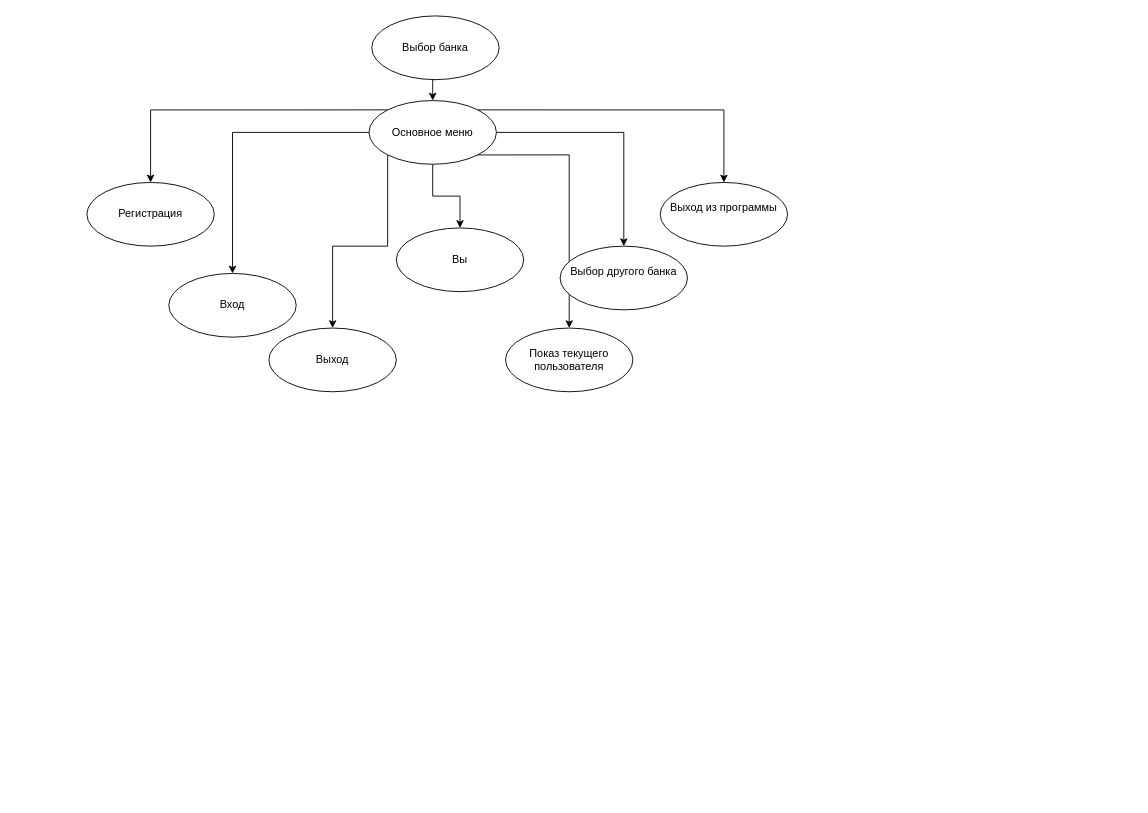
Earlier version of the draw.io diagram UseCaseDiagram.drawio (AlHudnitskii/LR_OOP_1). Source tidied: cells renumbered, new cells numbered last; positions are measured from the earlier drawing's top-left corner, leaving out a move shared by most shapes. Both pictures are drawn from the tidied source at 91%, with x=0, y=0 at pixel (86, 15).
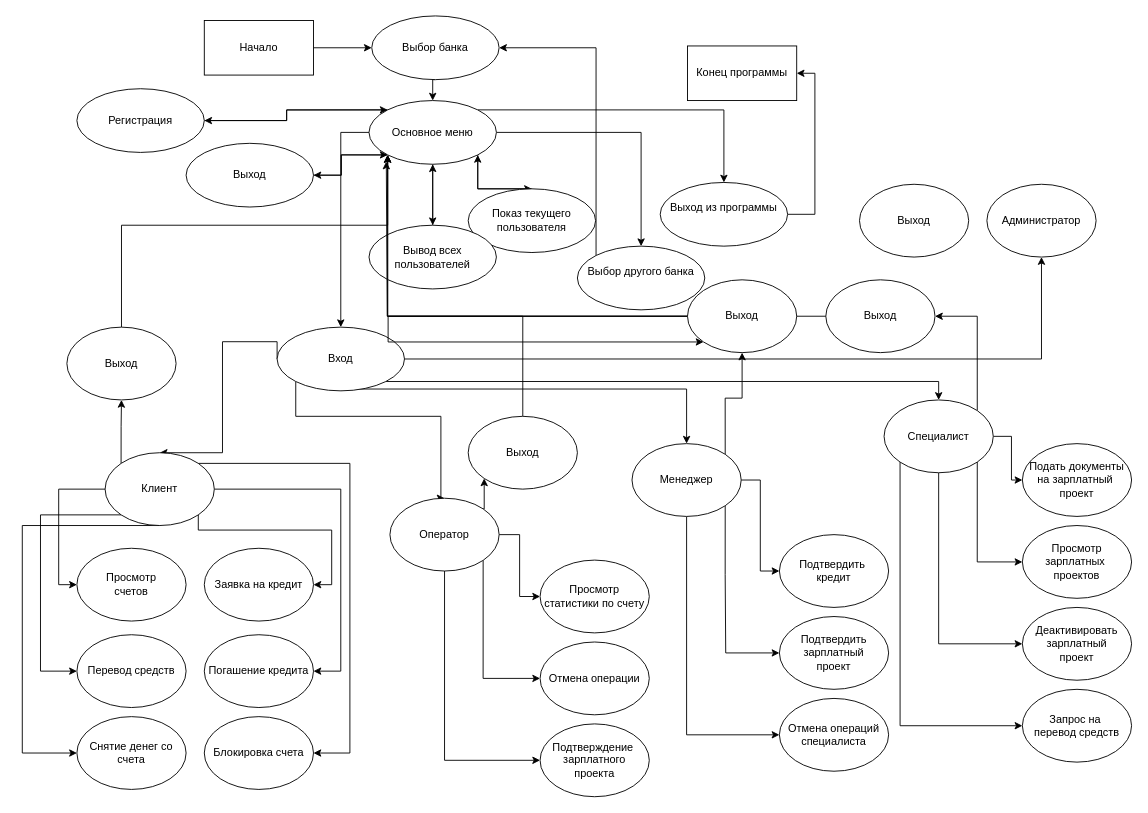
The same page after the edit.

The change refers to these unchanged cells:
```xml
<mxCell id="9" value="&lt;div&gt;Основное меню&lt;/div&gt;" style="ellipse;whiteSpace=wrap;html=1;" parent="1" vertex="1">
  <mxGeometry x="310" y="93" width="140" height="70" as="geometry" />
</mxCell>
<mxCell id="10" value="Выход из программы&lt;div&gt;&lt;br&gt;&lt;/div&gt;" style="ellipse;whiteSpace=wrap;html=1;" parent="1" vertex="1">
  <mxGeometry x="630" y="183" width="140" height="70" as="geometry" />
</mxCell>
<mxCell id="18" value="Выбор банка" style="ellipse;whiteSpace=wrap;html=1;" parent="1" vertex="1">
  <mxGeometry x="313" width="140" height="70" as="geometry" />
</mxCell>
```

What changed in the source:
```diff
@@
-    <mxCell id="2" style="edgeStyle=orthogonalEdgeStyle;rounded=0;jettySize=auto;html=1;exitX=0;exitY=0;exitDx=0;exitDy=0;entryX=0.5;entryY=0;entryDx=0;entryDy=0;" parent="1" edge="1" source="9" target="12">
-      <mxGeometry relative="1" as="geometry" />
-    </mxCell>
@@
-    <mxCell id="6" style="edgeStyle=orthogonalEdgeStyle;rounded=0;jettySize=auto;html=1;exitX=0;exitY=1;exitDx=0;exitDy=0;entryX=0.5;entryY=0;entryDx=0;entryDy=0;" parent="1" edge="1" source="9" target="14">
-      <mxGeometry relative="1" as="geometry" />
-    </mxCell>
     <mxCell id="7" style="edgeStyle=orthogonalEdgeStyle;rounded=0;jettySize=auto;html=1;exitX=1;exitY=1;exitDx=0;exitDy=0;entryX=0.5;entryY=0;entryDx=0;entryDy=0;" parent="1" edge="1" source="9" target="15">
-      <mxGeometry relative="1" as="geometry" />
+      <mxGeometry relative="1" as="geometry">
+        <Array as="points">
+          <mxPoint x="430" y="190" />
+        </Array>
+      </mxGeometry>
     </mxCell>
@@
+    <mxCell id="2" style="edgeStyle=orthogonalEdgeStyle;rounded=0;jettySize=auto;html=1;exitX=0;exitY=0;exitDx=0;exitDy=0;entryX=1;entryY=0.5;entryDx=0;entryDy=0;" parent="1" edge="1" source="9" target="12">
+      <mxGeometry relative="1" as="geometry" />
+    </mxCell>
+    <mxCell id="6" style="edgeStyle=orthogonalEdgeStyle;rounded=0;jettySize=auto;html=1;exitX=0;exitY=1;exitDx=0;exitDy=0;entryX=1;entryY=0.5;entryDx=0;entryDy=0;" parent="1" edge="1" source="9" target="14">
+      <mxGeometry relative="1" as="geometry" />
+    </mxCell>
@@
+    <mxCell id="19" style="edgeStyle=orthogonalEdgeStyle;rounded=0;jettySize=auto;html=1;exitX=1;exitY=0.5;exitDx=0;exitDy=0;entryX=1;entryY=0.5;entryDx=0;entryDy=0;" parent="1" edge="1" source="10" target="33">
+      <mxGeometry relative="1" as="geometry" />
+    </mxCell>
@@
+    <mxCell id="20" style="edgeStyle=orthogonalEdgeStyle;rounded=0;jettySize=auto;html=1;exitX=0;exitY=0;exitDx=0;exitDy=0;entryX=1;entryY=0.5;entryDx=0;entryDy=0;" parent="1" edge="1" source="11" target="18">
+      <mxGeometry relative="1" as="geometry">
+        <Array as="points">
+          <mxPoint x="560" y="35" />
+        </Array>
+      </mxGeometry>
+    </mxCell>
     <mxCell id="11" value="Выбор другого банка&lt;div&gt;&amp;nbsp;&lt;/div&gt;" style="ellipse;whiteSpace=wrap;html=1;" parent="1" vertex="1">
-      <mxGeometry x="520" y="253" width="140" height="70" as="geometry" />
+      <mxGeometry x="539" y="253" width="140" height="70" as="geometry" />
     </mxCell>
+    <mxCell id="21" style="edgeStyle=orthogonalEdgeStyle;rounded=0;jettySize=auto;html=1;exitX=1;exitY=0.5;exitDx=0;exitDy=0;entryX=0;entryY=0;entryDx=0;entryDy=0;" parent="1" edge="1" source="12" target="9">
+      <mxGeometry relative="1" as="geometry" />
+    </mxCell>
     <mxCell id="12" value="Регистрация" style="ellipse;whiteSpace=wrap;html=1;" parent="1" vertex="1">
-      <mxGeometry y="183" width="140" height="70" as="geometry" />
+      <mxGeometry x="-11" y="80" width="140" height="70" as="geometry" />
     </mxCell>
+    <mxCell id="22" style="edgeStyle=orthogonalEdgeStyle;rounded=0;jettySize=auto;html=1;exitX=0;exitY=0.5;exitDx=0;exitDy=0;entryX=0.5;entryY=0;entryDx=0;entryDy=0;" parent="1" edge="1" source="13" target="41">
+      <mxGeometry relative="1" as="geometry">
+        <Array as="points">
+          <mxPoint x="149" y="358" />
+          <mxPoint x="149" y="480" />
+        </Array>
+      </mxGeometry>
+    </mxCell>
+    <mxCell id="23" style="edgeStyle=orthogonalEdgeStyle;rounded=0;jettySize=auto;html=1;exitX=0;exitY=1;exitDx=0;exitDy=0;entryX=0.5;entryY=0;entryDx=0;entryDy=0;" parent="1" edge="1" source="13" target="46">
+      <mxGeometry relative="1" as="geometry">
+        <Array as="points">
+          <mxPoint x="230" y="440" />
+          <mxPoint x="389" y="440" />
+          <mxPoint x="389" y="530" />
+        </Array>
+      </mxGeometry>
+    </mxCell>
+    <mxCell id="24" style="edgeStyle=orthogonalEdgeStyle;rounded=0;jettySize=auto;html=1;exitX=0.5;exitY=1;exitDx=0;exitDy=0;entryX=0.5;entryY=0;entryDx=0;entryDy=0;" parent="1" edge="1" source="13" target="51">
+      <mxGeometry relative="1" as="geometry">
+        <Array as="points">
+          <mxPoint x="269" y="410" />
+          <mxPoint x="779" y="410" />
+        </Array>
+      </mxGeometry>
+    </mxCell>
+    <mxCell id="25" style="edgeStyle=orthogonalEdgeStyle;rounded=0;jettySize=auto;html=1;exitX=1;exitY=1;exitDx=0;exitDy=0;entryX=0.5;entryY=0;entryDx=0;entryDy=0;" parent="1" edge="1" source="13" target="57">
+      <mxGeometry relative="1" as="geometry" />
+    </mxCell>
+    <mxCell id="26" style="edgeStyle=orthogonalEdgeStyle;rounded=0;jettySize=auto;html=1;exitX=1;exitY=0.5;exitDx=0;exitDy=0;entryX=0.5;entryY=1;entryDx=0;entryDy=0;" parent="1" edge="1" source="13" target="58">
+      <mxGeometry relative="1" as="geometry" />
+    </mxCell>
     <mxCell id="13" value="Вход" style="ellipse;whiteSpace=wrap;html=1;" parent="1" vertex="1">
-      <mxGeometry x="90" y="283" width="140" height="70" as="geometry" />
+      <mxGeometry x="209" y="342" width="140" height="70" as="geometry" />
     </mxCell>
+    <mxCell id="27" style="edgeStyle=orthogonalEdgeStyle;rounded=0;jettySize=auto;html=1;exitX=1;exitY=0.5;exitDx=0;exitDy=0;entryX=0;entryY=1;entryDx=0;entryDy=0;" parent="1" edge="1" source="14" target="9">
+      <mxGeometry relative="1" as="geometry" />
+    </mxCell>
     <mxCell id="14" value="Выход" style="ellipse;whiteSpace=wrap;html=1;" parent="1" vertex="1">
-      <mxGeometry x="200" y="343" width="140" height="70" as="geometry" />
+      <mxGeometry x="109" y="140" width="140" height="70" as="geometry" />
     </mxCell>
+    <mxCell id="28" style="edgeStyle=orthogonalEdgeStyle;rounded=0;jettySize=auto;html=1;exitX=0.5;exitY=0;exitDx=0;exitDy=0;entryX=1;entryY=1;entryDx=0;entryDy=0;" parent="1" edge="1" source="15" target="9">
+      <mxGeometry relative="1" as="geometry">
+        <Array as="points">
+          <mxPoint x="430" y="190" />
+        </Array>
+      </mxGeometry>
+    </mxCell>
     <mxCell id="15" value="Показ текущего пользователя" style="ellipse;whiteSpace=wrap;html=1;" parent="1" vertex="1">
-      <mxGeometry x="460" y="343" width="140" height="70" as="geometry" />
+      <mxGeometry x="419" y="190" width="140" height="70" as="geometry" />
     </mxCell>
+    <mxCell id="29" style="edgeStyle=orthogonalEdgeStyle;rounded=0;jettySize=auto;html=1;exitX=0.5;exitY=0;exitDx=0;exitDy=0;entryX=0.5;entryY=1;entryDx=0;entryDy=0;" parent="1" edge="1" source="16" target="9">
+      <mxGeometry relative="1" as="geometry" />
+    </mxCell>
-    <mxCell id="16" value="Вы" style="ellipse;whiteSpace=wrap;html=1;" parent="1" vertex="1">
-      <mxGeometry x="340" y="233" width="140" height="70" as="geometry" />
+    <mxCell id="16" value="Вывод всех пользователей" style="ellipse;whiteSpace=wrap;html=1;" parent="1" vertex="1">
+      <mxGeometry x="310" y="230" width="140" height="70" as="geometry" />
     </mxCell>
@@
+    <mxCell id="30" style="edgeStyle=orthogonalEdgeStyle;rounded=0;orthogonalLoop=1;jettySize=auto;html=1;exitX=0.5;exitY=1;exitDx=0;exitDy=0;" parent="1" edge="1" source="16" target="16">
+      <mxGeometry relative="1" as="geometry" />
+    </mxCell>
+    <mxCell id="31" style="edgeStyle=orthogonalEdgeStyle;rounded=0;jettySize=auto;html=1;exitX=1;exitY=0.5;exitDx=0;exitDy=0;entryX=0;entryY=0.5;entryDx=0;entryDy=0;" parent="1" edge="1" source="32" target="18">
+      <mxGeometry relative="1" as="geometry" />
+    </mxCell>
+    <mxCell id="32" value="Начало" style="rounded=0;whiteSpace=wrap;html=1;" parent="1" vertex="1">
+      <mxGeometry x="129" y="5" width="120" height="60" as="geometry" />
+    </mxCell>
+    <mxCell id="33" value="Конец программы" style="rounded=0;whiteSpace=wrap;html=1;" parent="1" vertex="1">
+      <mxGeometry x="660" y="33" width="120" height="60" as="geometry" />
+    </mxCell>
+    <mxCell id="34" style="edgeStyle=orthogonalEdgeStyle;rounded=0;jettySize=auto;html=1;exitX=0;exitY=0;exitDx=0;exitDy=0;entryX=0.5;entryY=1;entryDx=0;entryDy=0;" parent="1" edge="1" source="41" target="66">
+      <mxGeometry relative="1" as="geometry" />
+    </mxCell>
+    <mxCell id="35" style="edgeStyle=orthogonalEdgeStyle;rounded=0;jettySize=auto;html=1;exitX=0;exitY=0.5;exitDx=0;exitDy=0;entryX=0;entryY=0.5;entryDx=0;entryDy=0;" parent="1" edge="1" source="41" target="59">
+      <mxGeometry relative="1" as="geometry" />
+    </mxCell>
+    <mxCell id="36" style="edgeStyle=orthogonalEdgeStyle;rounded=0;jettySize=auto;html=1;exitX=0;exitY=1;exitDx=0;exitDy=0;entryX=0;entryY=0.5;entryDx=0;entryDy=0;" parent="1" edge="1" source="41" target="60">
+      <mxGeometry relative="1" as="geometry">
+        <Array as="points">
+          <mxPoint x="-51" y="548" />
+          <mxPoint x="-51" y="720" />
+        </Array>
+      </mxGeometry>
+    </mxCell>
+    <mxCell id="37" style="edgeStyle=orthogonalEdgeStyle;rounded=0;jettySize=auto;html=1;exitX=0.5;exitY=1;exitDx=0;exitDy=0;entryX=0;entryY=0.5;entryDx=0;entryDy=0;" parent="1" edge="1" source="41" target="63">
+      <mxGeometry relative="1" as="geometry">
+        <Array as="points">
+          <mxPoint x="-71" y="560" />
+          <mxPoint x="-71" y="810" />
+        </Array>
+      </mxGeometry>
+    </mxCell>
+    <mxCell id="38" style="edgeStyle=orthogonalEdgeStyle;rounded=0;jettySize=auto;html=1;exitX=1;exitY=0;exitDx=0;exitDy=0;entryX=1;entryY=0.5;entryDx=0;entryDy=0;" parent="1" edge="1" source="41" target="61">
+      <mxGeometry relative="1" as="geometry">
+        <Array as="points">
+          <mxPoint x="122" y="565" />
+          <mxPoint x="269" y="565" />
+          <mxPoint x="269" y="625" />
+        </Array>
+      </mxGeometry>
+    </mxCell>
+    <mxCell id="39" style="edgeStyle=orthogonalEdgeStyle;rounded=0;jettySize=auto;html=1;exitX=1;exitY=0.5;exitDx=0;exitDy=0;entryX=1;entryY=0.5;entryDx=0;entryDy=0;" parent="1" edge="1" source="41" target="62">
+      <mxGeometry relative="1" as="geometry">
+        <Array as="points">
+          <mxPoint x="279" y="520" />
+          <mxPoint x="279" y="720" />
+        </Array>
+      </mxGeometry>
+    </mxCell>
+    <mxCell id="40" style="edgeStyle=orthogonalEdgeStyle;rounded=0;jettySize=auto;html=1;exitX=1;exitY=0;exitDx=0;exitDy=0;entryX=1;entryY=0.5;entryDx=0;entryDy=0;" parent="1" edge="1" source="41" target="64">
+      <mxGeometry relative="1" as="geometry">
+        <Array as="points">
+          <mxPoint x="289" y="492" />
+          <mxPoint x="289" y="810" />
+        </Array>
+      </mxGeometry>
+    </mxCell>
+    <mxCell id="41" value="Клиент" style="ellipse;whiteSpace=wrap;html=1;" parent="1" vertex="1">
+      <mxGeometry x="20" y="480" width="120" height="80" as="geometry" />
+    </mxCell>
+    <mxCell id="42" style="edgeStyle=orthogonalEdgeStyle;rounded=0;jettySize=auto;html=1;exitX=1;exitY=0;exitDx=0;exitDy=0;entryX=0;entryY=1;entryDx=0;entryDy=0;" parent="1" edge="1" source="46" target="71">
+      <mxGeometry relative="1" as="geometry" />
+    </mxCell>
+    <mxCell id="43" style="edgeStyle=orthogonalEdgeStyle;rounded=0;jettySize=auto;html=1;exitX=1;exitY=0.5;exitDx=0;exitDy=0;entryX=0;entryY=0.5;entryDx=0;entryDy=0;" parent="1" edge="1" source="46" target="67">
+      <mxGeometry relative="1" as="geometry" />
+    </mxCell>
+    <mxCell id="44" style="edgeStyle=orthogonalEdgeStyle;rounded=0;jettySize=auto;html=1;exitX=1;exitY=1;exitDx=0;exitDy=0;entryX=0;entryY=0.5;entryDx=0;entryDy=0;" parent="1" edge="1" source="46" target="68">
+      <mxGeometry relative="1" as="geometry">
+        <Array as="points">
+          <mxPoint x="435" y="728" />
+        </Array>
+      </mxGeometry>
+    </mxCell>
+    <mxCell id="45" style="edgeStyle=orthogonalEdgeStyle;rounded=0;jettySize=auto;html=1;exitX=0.5;exitY=1;exitDx=0;exitDy=0;entryX=0;entryY=0.5;entryDx=0;entryDy=0;" parent="1" edge="1" source="46" target="69">
+      <mxGeometry relative="1" as="geometry" />
+    </mxCell>
+    <mxCell id="46" value="Оператор" style="ellipse;whiteSpace=wrap;html=1;" parent="1" vertex="1">
+      <mxGeometry x="333" y="530" width="120" height="80" as="geometry" />
+    </mxCell>
+    <mxCell id="47" style="edgeStyle=orthogonalEdgeStyle;rounded=0;jettySize=auto;html=1;exitX=1;exitY=0;exitDx=0;exitDy=0;entryX=0.5;entryY=1;entryDx=0;entryDy=0;" parent="1" edge="1" source="51" target="83">
+      <mxGeometry relative="1" as="geometry" />
+    </mxCell>
+    <mxCell id="48" style="edgeStyle=orthogonalEdgeStyle;rounded=0;jettySize=auto;html=1;exitX=1;exitY=0.5;exitDx=0;exitDy=0;entryX=0;entryY=0.5;entryDx=0;entryDy=0;" parent="1" edge="1" source="51" target="73">
+      <mxGeometry relative="1" as="geometry" />
+    </mxCell>
+    <mxCell id="49" style="edgeStyle=orthogonalEdgeStyle;rounded=0;jettySize=auto;html=1;exitX=1;exitY=1;exitDx=0;exitDy=0;entryX=0;entryY=0.5;entryDx=0;entryDy=0;" parent="1" edge="1" source="51" target="75">
+      <mxGeometry relative="1" as="geometry">
+        <Array as="points">
+          <mxPoint x="701" y="614" />
+          <mxPoint x="702" y="718" />
+        </Array>
+      </mxGeometry>
+    </mxCell>
+    <mxCell id="50" style="edgeStyle=orthogonalEdgeStyle;rounded=0;jettySize=auto;html=1;exitX=0.5;exitY=1;exitDx=0;exitDy=0;entryX=0;entryY=0.5;entryDx=0;entryDy=0;" parent="1" edge="1" source="51" target="74">
+      <mxGeometry relative="1" as="geometry" />
+    </mxCell>
+    <mxCell id="51" value="Менеджер" style="ellipse;whiteSpace=wrap;html=1;" parent="1" vertex="1">
+      <mxGeometry x="599" y="470" width="120" height="80" as="geometry" />
+    </mxCell>
+    <mxCell id="52" style="edgeStyle=orthogonalEdgeStyle;rounded=0;jettySize=auto;html=1;exitX=1;exitY=0;exitDx=0;exitDy=0;entryX=1;entryY=0.5;entryDx=0;entryDy=0;" parent="1" edge="1" source="57" target="77">
+      <mxGeometry relative="1" as="geometry" />
+    </mxCell>
+    <mxCell id="53" style="edgeStyle=orthogonalEdgeStyle;rounded=0;jettySize=auto;html=1;exitX=1;exitY=0.5;exitDx=0;exitDy=0;entryX=0;entryY=0.5;entryDx=0;entryDy=0;" parent="1" edge="1" source="57" target="81">
+      <mxGeometry relative="1" as="geometry" />
+    </mxCell>
+    <mxCell id="54" style="edgeStyle=orthogonalEdgeStyle;rounded=0;jettySize=auto;html=1;exitX=1;exitY=1;exitDx=0;exitDy=0;entryX=0;entryY=0.5;entryDx=0;entryDy=0;" parent="1" edge="1" source="57" target="80">
+      <mxGeometry relative="1" as="geometry">
+        <Array as="points">
+          <mxPoint x="978" y="600" />
+        </Array>
+      </mxGeometry>
+    </mxCell>
+    <mxCell id="55" style="edgeStyle=orthogonalEdgeStyle;rounded=0;jettySize=auto;html=1;exitX=0.5;exitY=1;exitDx=0;exitDy=0;entryX=0;entryY=0.5;entryDx=0;entryDy=0;" parent="1" edge="1" source="57" target="79">
+      <mxGeometry relative="1" as="geometry" />
+    </mxCell>
+    <mxCell id="56" style="edgeStyle=orthogonalEdgeStyle;rounded=0;jettySize=auto;html=1;exitX=0;exitY=1;exitDx=0;exitDy=0;entryX=0;entryY=0.5;entryDx=0;entryDy=0;" parent="1" edge="1" source="57" target="78">
+      <mxGeometry relative="1" as="geometry">
+        <Array as="points">
+          <mxPoint x="894" y="780" />
+        </Array>
+      </mxGeometry>
+    </mxCell>
+    <mxCell id="57" value="Специалист" style="ellipse;whiteSpace=wrap;html=1;" parent="1" vertex="1">
+      <mxGeometry x="876" y="422" width="120" height="80" as="geometry" />
+    </mxCell>
+    <mxCell id="58" value="Администратор" style="ellipse;whiteSpace=wrap;html=1;" parent="1" vertex="1">
+      <mxGeometry x="989" y="185" width="120" height="80" as="geometry" />
+    </mxCell>
+    <mxCell id="59" value="Просмотр&lt;div&gt;счетов&lt;/div&gt;" style="ellipse;whiteSpace=wrap;html=1;" parent="1" vertex="1">
+      <mxGeometry x="-11" y="585" width="120" height="80" as="geometry" />
+    </mxCell>
+    <mxCell id="60" value="Перевод средств" style="ellipse;whiteSpace=wrap;html=1;" parent="1" vertex="1">
+      <mxGeometry x="-11" y="680" width="120" height="80" as="geometry" />
+    </mxCell>
+    <mxCell id="61" value="Заявка на кредит" style="ellipse;whiteSpace=wrap;html=1;" parent="1" vertex="1">
+      <mxGeometry x="129" y="585" width="120" height="80" as="geometry" />
+    </mxCell>
+    <mxCell id="62" value="Погашение кредита" style="ellipse;whiteSpace=wrap;html=1;" parent="1" vertex="1">
+      <mxGeometry x="129" y="680" width="120" height="80" as="geometry" />
+    </mxCell>
+    <mxCell id="63" value="Снятие денег со счета" style="ellipse;whiteSpace=wrap;html=1;" parent="1" vertex="1">
+      <mxGeometry x="-11" y="770" width="120" height="80" as="geometry" />
+    </mxCell>
+    <mxCell id="64" value="Блокировка счета" style="ellipse;whiteSpace=wrap;html=1;" parent="1" vertex="1">
+      <mxGeometry x="129" y="770" width="120" height="80" as="geometry" />
+    </mxCell>
+    <mxCell id="65" style="edgeStyle=orthogonalEdgeStyle;rounded=0;jettySize=auto;html=1;exitX=0.5;exitY=0;exitDx=0;exitDy=0;entryX=0;entryY=1;entryDx=0;entryDy=0;" parent="1" edge="1" source="66" target="9">
+      <mxGeometry relative="1" as="geometry">
+        <Array as="points">
+          <mxPoint x="38" y="230" />
+          <mxPoint x="331" y="230" />
+        </Array>
+      </mxGeometry>
+    </mxCell>
+    <mxCell id="66" value="Выход" style="ellipse;whiteSpace=wrap;html=1;" parent="1" vertex="1">
+      <mxGeometry x="-22" y="342" width="120" height="80" as="geometry" />
+    </mxCell>
+    <mxCell id="67" value="Просмотр статистики по счету" style="ellipse;whiteSpace=wrap;html=1;" parent="1" vertex="1">
+      <mxGeometry x="498" y="598" width="120" height="80" as="geometry" />
+    </mxCell>
+    <mxCell id="68" value="Отмена операции" style="ellipse;whiteSpace=wrap;html=1;" parent="1" vertex="1">
+      <mxGeometry x="498" y="688" width="120" height="80" as="geometry" />
+    </mxCell>
+    <mxCell id="69" value="Подтверждение&amp;nbsp;&lt;div&gt;зарплатного&lt;/div&gt;&lt;div&gt;проекта&lt;/div&gt;" style="ellipse;whiteSpace=wrap;html=1;" parent="1" vertex="1">
+      <mxGeometry x="498" y="778" width="120" height="80" as="geometry" />
+    </mxCell>
+    <mxCell id="70" style="edgeStyle=orthogonalEdgeStyle;rounded=0;jettySize=auto;html=1;exitX=0.5;exitY=0;exitDx=0;exitDy=0;" parent="1" edge="1" source="71">
+      <mxGeometry relative="1" as="geometry">
+        <mxPoint x="329" y="160" as="targetPoint" />
+        <Array as="points">
+          <mxPoint x="479" y="330" />
+          <mxPoint x="330" y="330" />
+        </Array>
+      </mxGeometry>
+    </mxCell>
+    <mxCell id="71" value="Выход" style="ellipse;whiteSpace=wrap;html=1;" parent="1" vertex="1">
+      <mxGeometry x="419" y="440" width="120" height="80" as="geometry" />
+    </mxCell>
+    <mxCell id="72" style="edgeStyle=orthogonalEdgeStyle;rounded=0;jettySize=auto;html=1;exitX=0;exitY=0.5;exitDx=0;exitDy=0;entryX=0;entryY=1;entryDx=0;entryDy=0;" parent="1" edge="1" source="83" target="9">
+      <mxGeometry relative="1" as="geometry" />
+    </mxCell>
+    <mxCell id="73" value="Подтвердить&amp;nbsp;&lt;div&gt;кредит&lt;/div&gt;" style="ellipse;whiteSpace=wrap;html=1;" parent="1" vertex="1">
+      <mxGeometry x="761" y="570" width="120" height="80" as="geometry" />
+    </mxCell>
+    <mxCell id="74" value="Отмена операций&lt;div&gt;специалиста&lt;/div&gt;" style="ellipse;whiteSpace=wrap;html=1;" parent="1" vertex="1">
+      <mxGeometry x="761" y="750" width="120" height="80" as="geometry" />
+    </mxCell>
+    <mxCell id="75" value="Подтвердить зарплатный&lt;div&gt;проект&lt;/div&gt;" style="ellipse;whiteSpace=wrap;html=1;" parent="1" vertex="1">
+      <mxGeometry x="761" y="660" width="120" height="80" as="geometry" />
+    </mxCell>
+    <mxCell id="76" style="edgeStyle=orthogonalEdgeStyle;rounded=0;jettySize=auto;html=1;exitX=0;exitY=0.5;exitDx=0;exitDy=0;entryX=0;entryY=1;entryDx=0;entryDy=0;" parent="1" edge="1" source="83" target="9">
+      <mxGeometry relative="1" as="geometry" />
+    </mxCell>
+    <mxCell id="77" value="Выход" style="ellipse;whiteSpace=wrap;html=1;" parent="1" vertex="1">
+      <mxGeometry x="812" y="290" width="120" height="80" as="geometry" />
+    </mxCell>
+    <mxCell id="78" value="Запрос на&amp;nbsp;&lt;div&gt;перевод средств&lt;/div&gt;" style="ellipse;whiteSpace=wrap;html=1;" parent="1" vertex="1">
+      <mxGeometry x="1028" y="740" width="120" height="80" as="geometry" />
+    </mxCell>
+    <mxCell id="79" value="Деактивировать&lt;div&gt;зарплатный&lt;/div&gt;&lt;div&gt;проект&lt;/div&gt;" style="ellipse;whiteSpace=wrap;html=1;" parent="1" vertex="1">
+      <mxGeometry x="1028" y="650" width="120" height="80" as="geometry" />
+    </mxCell>
+    <mxCell id="80" value="Просмотр зарплатных&amp;nbsp;&lt;div&gt;проектов&lt;/div&gt;" style="ellipse;whiteSpace=wrap;html=1;" parent="1" vertex="1">
+      <mxGeometry x="1028" y="560" width="120" height="80" as="geometry" />
+    </mxCell>
+    <mxCell id="81" value="Подать документы&lt;div&gt;на зарплатный&amp;nbsp;&lt;/div&gt;&lt;div&gt;проект&lt;/div&gt;" style="ellipse;whiteSpace=wrap;html=1;" parent="1" vertex="1">
+      <mxGeometry x="1028" y="470" width="120" height="80" as="geometry" />
+    </mxCell>
+    <mxCell id="82" style="edgeStyle=orthogonalEdgeStyle;rounded=0;jettySize=auto;html=1;exitX=0;exitY=0.5;exitDx=0;exitDy=0;entryX=0;entryY=1;entryDx=0;entryDy=0;" parent="1" edge="1" source="77" target="83">
+      <mxGeometry relative="1" as="geometry">
+        <Array as="points">
+          <mxPoint x="331" y="330" />
+        </Array>
+      </mxGeometry>
+    </mxCell>
+    <mxCell id="83" value="Выход" style="ellipse;whiteSpace=wrap;html=1;" parent="1" vertex="1">
+      <mxGeometry x="660" y="290" width="120" height="80" as="geometry" />
+    </mxCell>
+    <mxCell id="84" value="Выход" style="ellipse;whiteSpace=wrap;html=1;" parent="1" vertex="1">
+      <mxGeometry x="849" y="185" width="120" height="80" as="geometry" />
+    </mxCell>
```
